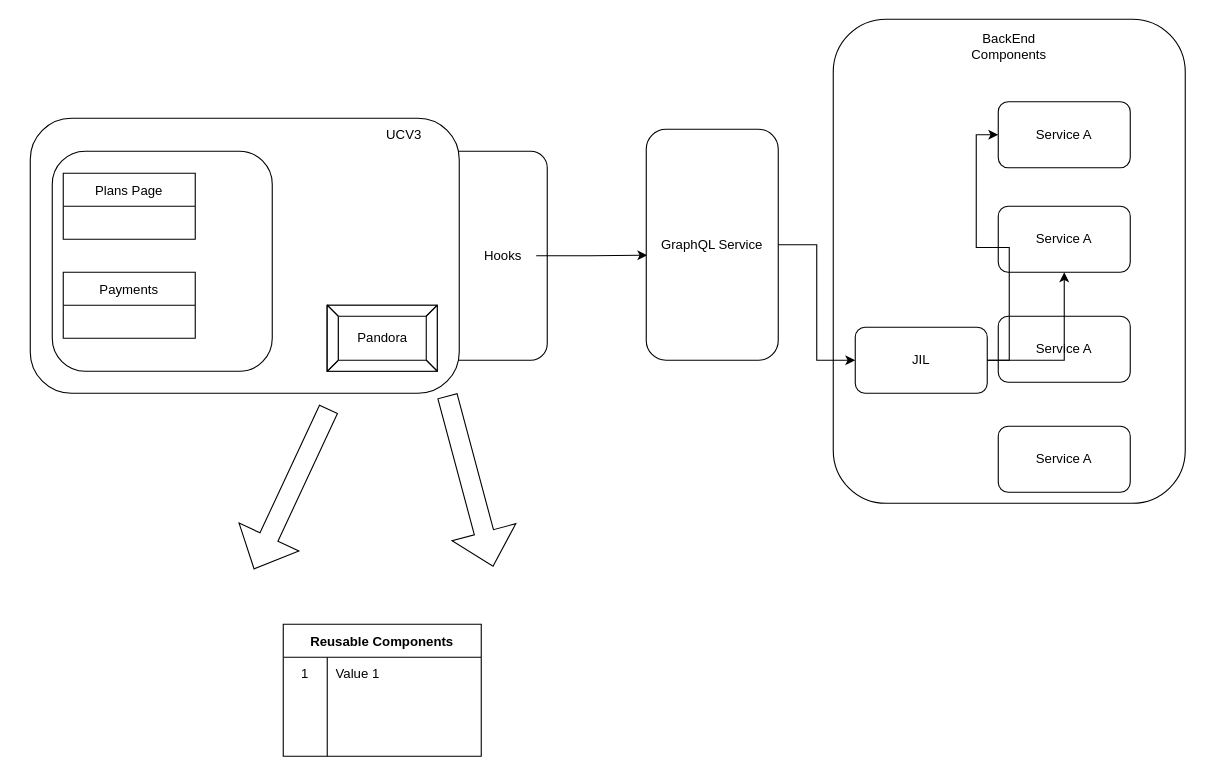
saumitrasharma/tinyUrl keeps this draw.io diagram as server/Untitled Diagram.drawio. Above is the earlier version. Source tidied: cells renumbered, new cells numbered last; positions are measured from the earlier drawing's top-left corner, leaving out a move shared by most shapes. Both pictures are drawn from the tidied source at 110%, with x=0, y=0 at pixel (30, 19).
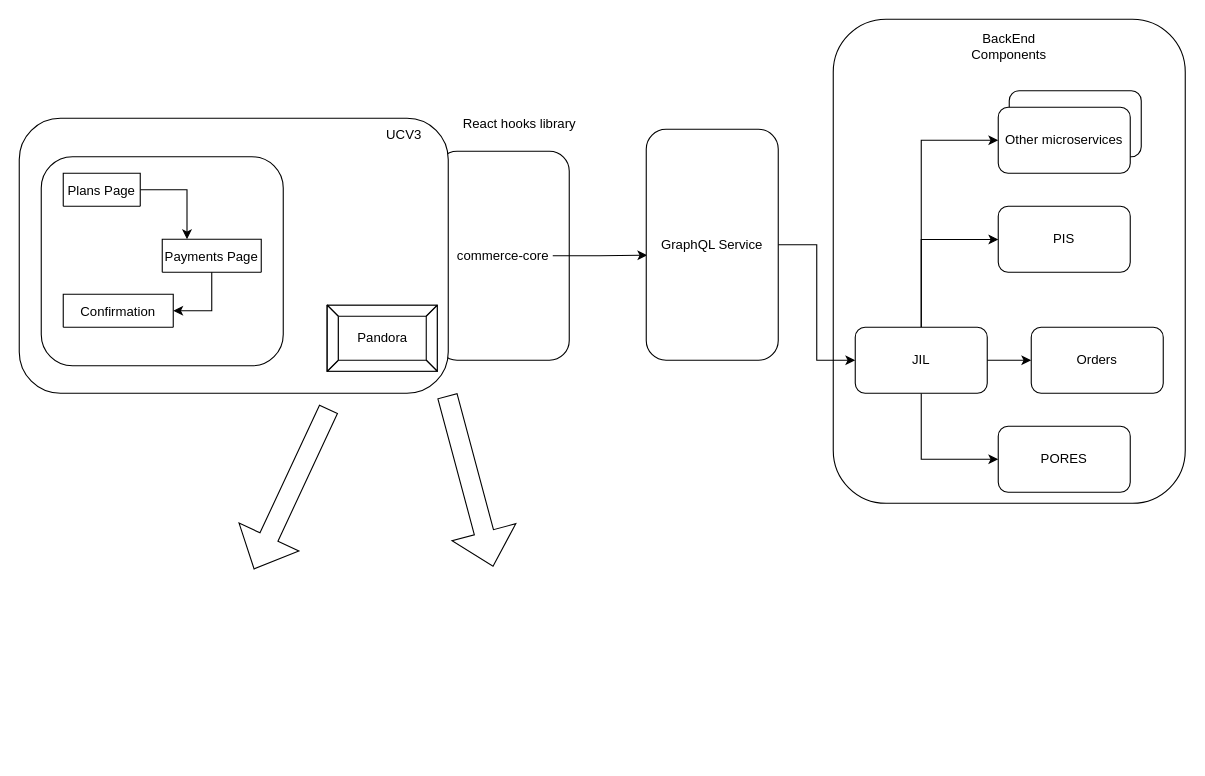
The same page after the edit.

The change refers to these unchanged cells:
```xml
<mxCell id="24" style="rounded=1;whiteSpace=wrap;html=1;" parent="1" vertex="1">
  <mxGeometry x="730" width="320" height="440" as="geometry" />
</mxCell>
<mxCell id="26" value="JIL" style="rounded=1;whiteSpace=wrap;html=1;" parent="1" vertex="1">
  <mxGeometry x="750" y="280" width="120" height="60" as="geometry" />
</mxCell>
```

Diff of the diagram source:
```diff
@@
     <mxCell id="2" style="rounded=1;whiteSpace=wrap;html=1;" parent="1" vertex="1">
-      <mxGeometry x="370" y="120" width="100" height="190" as="geometry" />
+      <mxGeometry x="370" y="120" width="120" height="190" as="geometry" />
     </mxCell>
     <mxCell id="3" style="rounded=1;whiteSpace=wrap;html=1;" parent="1" vertex="1">
-      <mxGeometry y="90" width="390" height="250" as="geometry" />
+      <mxGeometry x="-10" y="90" width="390" height="250" as="geometry" />
     </mxCell>
@@
-    <mxCell id="5" style="rounded=1;whiteSpace=wrap;html=1;" parent="1" vertex="1">
-      <mxGeometry x="20" y="120" width="200" height="200" as="geometry" />
-    </mxCell>
-    <mxCell id="6" value="Plans Page" style="swimlane;fontStyle=0;horizontal=1;startSize=30;" parent="1" vertex="1">
-      <mxGeometry x="30" y="140" width="120" height="60" as="geometry" />
-    </mxCell>
-    <mxCell id="7" value="Payments" style="swimlane;fontStyle=0;horizontal=1;startSize=30;" parent="1" vertex="1">
-      <mxGeometry x="30" y="230" width="120" height="60" as="geometry" />
-    </mxCell>
@@
-    <mxCell id="11" value="Reusable Components" style="shape=table;startSize=30;childLayout=tableLayout;rowLines=0;fontStyle=1;" parent="1" vertex="1">
-      <mxGeometry x="230" y="550" width="180" height="120" as="geometry" />
-    </mxCell>
-    <mxCell id="12" style="shape=tableRow;horizontal=0;startSize=0;swimlaneHead=0;swimlaneBody=0;top=0;left=0;bottom=0;right=0;fillColor=none;" parent="11" vertex="1">
-      <mxGeometry y="30" width="180" height="30" as="geometry" />
-    </mxCell>
-    <mxCell id="13" value="1" style="shape=partialRectangle;html=1;whiteSpace=wrap;fillColor=none;top=0;left=0;bottom=0;right=0;overflow=hidden;" parent="12" vertex="1">
-      <mxGeometry width="40" height="30" as="geometry" />
-    </mxCell>
-    <mxCell id="14" value="Value 1" style="shape=partialRectangle;html=1;whiteSpace=wrap;fillColor=none;top=0;left=0;bottom=0;right=0;align=left;spacingLeft=6;overflow=hidden;" parent="12" vertex="1">
-      <mxGeometry x="40" width="140" height="30" as="geometry" />
-    </mxCell>
-    <mxCell id="15" style="shape=tableRow;horizontal=0;startSize=0;swimlaneHead=0;swimlaneBody=0;top=0;left=0;bottom=0;right=0;fillColor=none;" parent="11" vertex="1">
-      <mxGeometry y="60" width="180" height="30" as="geometry" />
-    </mxCell>
-    <mxCell id="16" style="shape=partialRectangle;html=1;whiteSpace=wrap;fillColor=none;top=0;left=0;bottom=0;right=0;overflow=hidden;" parent="15" vertex="1">
-      <mxGeometry width="40" height="30" as="geometry" />
-    </mxCell>
-    <mxCell id="17" style="shape=partialRectangle;html=1;whiteSpace=wrap;fillColor=none;top=0;left=0;bottom=0;right=0;align=left;spacingLeft=6;overflow=hidden;" parent="15" vertex="1">
-      <mxGeometry x="40" width="140" height="30" as="geometry" />
-    </mxCell>
-    <mxCell id="18" style="shape=tableRow;horizontal=0;startSize=0;swimlaneHead=0;swimlaneBody=0;top=0;left=0;bottom=0;right=0;fillColor=none;" parent="11" vertex="1">
-      <mxGeometry y="90" width="180" height="30" as="geometry" />
-    </mxCell>
-    <mxCell id="19" style="shape=partialRectangle;html=1;whiteSpace=wrap;fillColor=none;top=0;left=0;bottom=0;right=0;overflow=hidden;" parent="18" vertex="1">
-      <mxGeometry width="40" height="30" as="geometry" />
-    </mxCell>
-    <mxCell id="20" style="shape=partialRectangle;html=1;whiteSpace=wrap;fillColor=none;top=0;left=0;bottom=0;right=0;align=left;spacingLeft=6;overflow=hidden;" parent="18" vertex="1">
-      <mxGeometry x="40" width="140" height="30" as="geometry" />
-    </mxCell>
@@
-    <mxCell id="22" value="Hooks" style="text;html=1;strokeColor=none;fillColor=none;align=center;verticalAlign=middle;whiteSpace=wrap;rounded=0;" parent="1" vertex="1">
-      <mxGeometry x="400" y="200" width="60" height="30" as="geometry" />
+    <mxCell id="22" value="commerce-core" style="text;html=1;strokeColor=none;fillColor=none;align=center;verticalAlign=middle;whiteSpace=wrap;rounded=0;" parent="1" vertex="1">
+      <mxGeometry x="385" y="195" width="90" height="40" as="geometry" />
     </mxCell>
@@
+    <mxCell id="34" style="edgeStyle=orthogonalEdgeStyle;rounded=0;jettySize=auto;html=1;entryX=0.469;entryY=0.455;entryDx=0;entryDy=0;entryPerimeter=0;" parent="1" edge="1" source="26" target="24">
+      <mxGeometry relative="1" as="geometry">
+        <Array as="points">
+          <mxPoint x="810" y="200" />
+        </Array>
+      </mxGeometry>
+    </mxCell>
+    <mxCell id="32" style="edgeStyle=orthogonalEdgeStyle;rounded=0;jettySize=auto;html=1;entryX=0;entryY=0.5;entryDx=0;entryDy=0;" parent="1" edge="1" source="26" target="27">
+      <mxGeometry relative="1" as="geometry">
+        <Array as="points">
+          <mxPoint x="810" y="110" />
+          <mxPoint x="880" y="110" />
+        </Array>
+      </mxGeometry>
+    </mxCell>
+    <mxCell id="35" style="edgeStyle=orthogonalEdgeStyle;rounded=0;jettySize=auto;html=1;entryX=0;entryY=0.5;entryDx=0;entryDy=0;" parent="1" edge="1" source="26" target="31">
+      <mxGeometry relative="1" as="geometry">
+        <Array as="points">
+          <mxPoint x="810" y="400" />
+        </Array>
+      </mxGeometry>
+    </mxCell>
@@
-    <mxCell id="27" value="Service A" style="rounded=1;whiteSpace=wrap;html=1;" parent="1" vertex="1">
-      <mxGeometry x="880" y="75" width="120" height="60" as="geometry" />
-    </mxCell>
@@
-    <mxCell id="29" value="Service A" style="rounded=1;whiteSpace=wrap;html=1;" parent="1" vertex="1">
+    <mxCell id="29" value="PIS" style="rounded=1;whiteSpace=wrap;html=1;" parent="1" vertex="1">
       <mxGeometry x="880" y="170" width="120" height="60" as="geometry" />
     </mxCell>
+    <mxCell id="36" style="edgeStyle=orthogonalEdgeStyle;rounded=0;jettySize=auto;html=1;" parent="1" edge="1" source="26" target="30">
+      <mxGeometry relative="1" as="geometry" />
+    </mxCell>
-    <mxCell id="30" value="Service A" style="rounded=1;whiteSpace=wrap;html=1;" parent="1" vertex="1">
-      <mxGeometry x="880" y="270" width="120" height="60" as="geometry" />
+    <mxCell id="30" value="Orders" style="rounded=1;whiteSpace=wrap;html=1;" parent="1" vertex="1">
+      <mxGeometry x="910" y="280" width="120" height="60" as="geometry" />
     </mxCell>
-    <mxCell id="31" value="Service A" style="rounded=1;whiteSpace=wrap;html=1;" parent="1" vertex="1">
+    <mxCell id="31" value="PORES" style="rounded=1;whiteSpace=wrap;html=1;" parent="1" vertex="1">
       <mxGeometry x="880" y="370" width="120" height="60" as="geometry" />
     </mxCell>
-    <mxCell id="32" style="edgeStyle=orthogonalEdgeStyle;rounded=0;jettySize=auto;html=1;entryX=0;entryY=0.5;entryDx=0;entryDy=0;" parent="1" edge="1" source="26" target="27">
-      <mxGeometry relative="1" as="geometry" />
-    </mxCell>
-    <mxCell id="33" style="edgeStyle=orthogonalEdgeStyle;rounded=0;jettySize=auto;html=1;entryX=0.5;entryY=1;entryDx=0;entryDy=0;" parent="1" edge="1" source="26" target="29">
-      <mxGeometry relative="1" as="geometry" />
-    </mxCell>
+    <mxCell id="37" style="rounded=1;whiteSpace=wrap;html=1;" parent="1" vertex="1">
+      <mxGeometry x="10" y="125" width="220" height="190" as="geometry" />
+    </mxCell>
+    <mxCell id="38" value="Confirmation" style="swimlane;fontStyle=0;horizontal=1;startSize=30;" parent="1" vertex="1">
+      <mxGeometry x="30" y="250" width="100" height="30" as="geometry" />
+    </mxCell>
+    <mxCell id="39" style="edgeStyle=orthogonalEdgeStyle;rounded=0;jettySize=auto;html=1;entryX=0.25;entryY=0;entryDx=0;entryDy=0;" parent="1" edge="1" source="6" target="7">
+      <mxGeometry relative="1" as="geometry" />
+    </mxCell>
+    <mxCell id="6" value="Plans Page" style="swimlane;fontStyle=0;horizontal=1;startSize=30;" parent="1" vertex="1">
+      <mxGeometry x="30" y="140" width="70" height="30" as="geometry" />
+    </mxCell>
+    <mxCell id="7" value="Payments Page" style="swimlane;fontStyle=0;horizontal=1;startSize=30;" parent="1" vertex="1">
+      <mxGeometry x="120" y="200" width="90" height="30" as="geometry" />
+    </mxCell>
+    <mxCell id="40" style="edgeStyle=orthogonalEdgeStyle;rounded=0;jettySize=auto;html=1;entryX=1;entryY=0.5;entryDx=0;entryDy=0;" parent="1" edge="1" source="7" target="38">
+      <mxGeometry relative="1" as="geometry" />
+    </mxCell>
+    <mxCell id="41" style="rounded=1;whiteSpace=wrap;html=1;" parent="1" vertex="1">
+      <mxGeometry x="890" y="65" width="120" height="60" as="geometry" />
+    </mxCell>
+    <mxCell id="27" value="Other microservices" style="rounded=1;whiteSpace=wrap;html=1;" parent="1" vertex="1">
+      <mxGeometry x="880" y="80" width="120" height="60" as="geometry" />
+    </mxCell>
+    <mxCell id="42" value="React hooks library" style="text;html=1;strokeColor=none;fillColor=none;align=center;verticalAlign=middle;whiteSpace=wrap;rounded=0;" parent="1" vertex="1">
+      <mxGeometry x="380" y="80" width="130" height="30" as="geometry" />
+    </mxCell>
```
